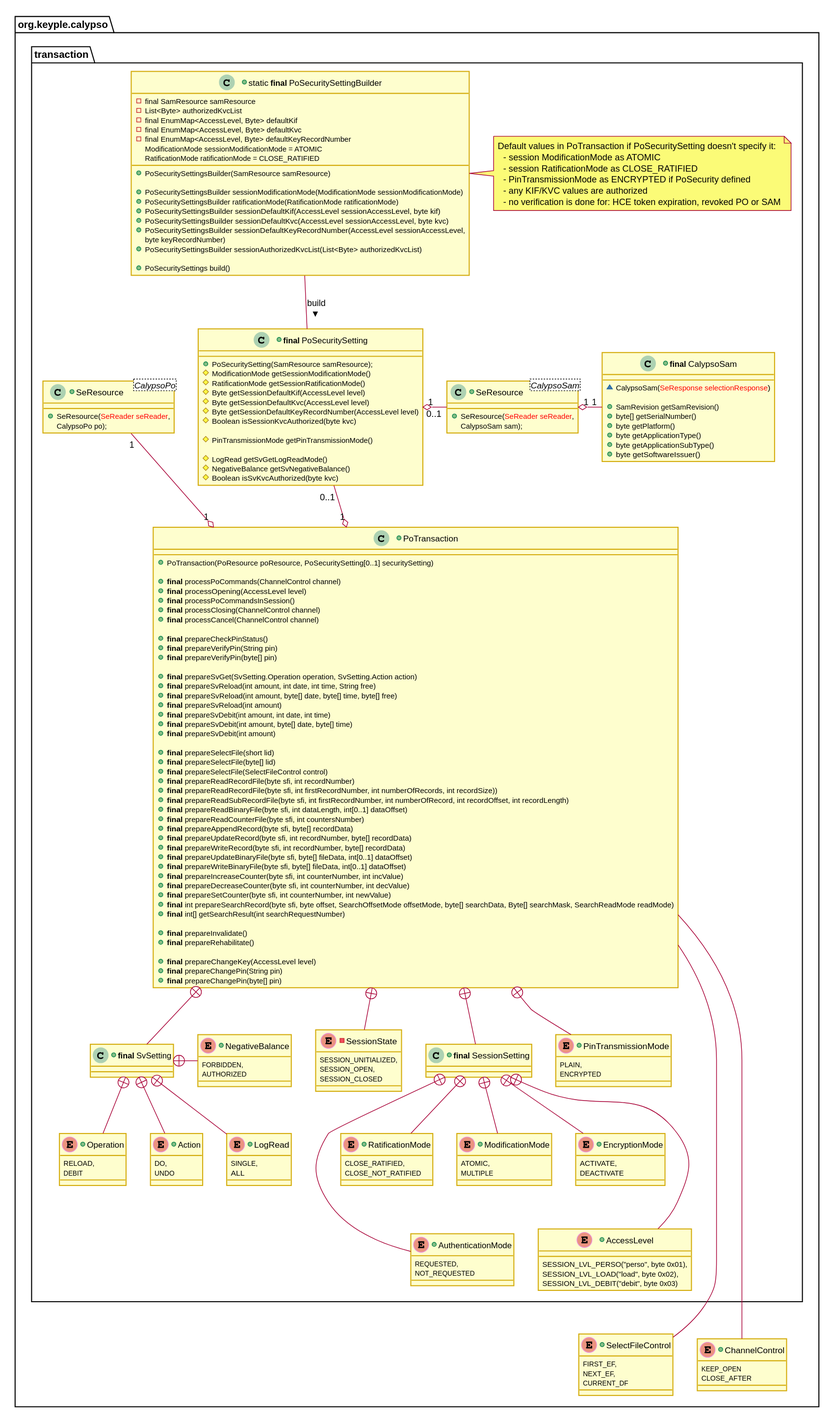
calypsonet/keyple keeps this PlantUML diagram as docs/KeypleCalypsoApi/ApplicationApi/img/KeypleCalypso_ApplicationApi_ClassDiag_Transaction_PoTransaction_0_9_0.svg. Above is the earlier version. The source it was exported from:
```plantuml
@startuml
skinparam ClassBorderColor #D4AC0D
skinparam stereotypeABorderColor #A9DCDF
skinparam stereotypeIBorderColor #B4A7E5
skinparam stereotypeCBorderColor #ADD1B2
skinparam stereotypeEBorderColor #EB93DF
skinparam shadowing false

skinparam StateBorderColor #D4AC0D
skinparam ActivityBorderColor #D4AC0D

skinparam ClassBackgroundColor<<red>> #FDEDEC
skinparam ClassBorderColor<<red>> #E74C3C
hide <<red>> stereotype
skinparam ClassBackgroundColor<<purple>> #F4ECF7
skinparam ClassBorderColor<<purple>> #8E44AD
hide <<purple>> stereotype
skinparam ClassBackgroundColor<<blue>> #EBF5FB
skinparam ClassBorderColor<<blue>> #3498DB
hide <<blue>> stereotype
skinparam ClassBackgroundColor<<green>> #EAFAF1
skinparam ClassBorderColor<<green>> #2ECC71
hide <<green>> stereotype
skinparam ClassBackgroundColor<<grey>> #EAECEE
skinparam ClassBorderColor<<grey>> #2C3E50
hide <<grey>> stereotype

package org.keyple.calypso #FFFFFF {
  package transaction #FFFFFF {
+class "static <b>final</b> PoSecuritySettingBuilder" as PoSecuritySettingBuilder {
  -final SamResource samResource
  -List<Byte> authorizedKvcList
  -final EnumMap<AccessLevel, Byte> defaultKif
  -final EnumMap<AccessLevel, Byte> defaultKvc
  -final EnumMap<AccessLevel, Byte> defaultKeyRecordNumber
  ModificationMode sessionModificationMode = ATOMIC
  RatificationMode ratificationMode = CLOSE_RATIFIED

  +PoSecuritySettingsBuilder(SamResource samResource)

  +PoSecuritySettingsBuilder sessionModificationMode(ModificationMode sessionModificationMode)
  +PoSecuritySettingsBuilder ratificationMode(RatificationMode ratificationMode)
  +PoSecuritySettingsBuilder sessionDefaultKif(AccessLevel sessionAccessLevel, byte kif)
  +PoSecuritySettingsBuilder sessionDefaultKvc(AccessLevel sessionAccessLevel, byte kvc)
  +PoSecuritySettingsBuilder sessionDefaultKeyRecordNumber(AccessLevel sessionAccessLevel,
    byte keyRecordNumber)
  +PoSecuritySettingsBuilder sessionAuthorizedKvcList(List<Byte> authorizedKvcList)

  +PoSecuritySettings build()
}

+class "<b>final</b> PoSecuritySetting" as PoSecuritySetting {
  +PoSecuritySetting(SamResource samResource);


  #ModificationMode getSessionModificationMode()
  #RatificationMode getSessionRatificationMode()
  #Byte getSessionDefaultKif(AccessLevel level)
  #Byte getSessionDefaultKvc(AccessLevel level)
  #Byte getSessionDefaultKeyRecordNumber(AccessLevel level)
  #Boolean isSessionKvcAuthorized(byte kvc)

  #PinTransmissionMode getPinTransmissionMode()

  #LogRead getSvGetLogReadMode()
  #NegativeBalance getSvNegativeBalance()
  #Boolean isSvKvcAuthorized(byte kvc)
}

note as N1
Default values in PoTransaction if PoSecuritySetting doesn't specify it:
  - session ModificationMode as ATOMIC
  - session RatificationMode as CLOSE_RATIFIED
  - PinTransmissionMode as ENCRYPTED if PoSecurity defined
  - any KIF/KVC values are authorized
  - no verification is done for: HCE token expiration, revoked PO or SAM
end note

    PoSecuritySettingBuilder .right. N1
    PoSecuritySettingBuilder -down- PoSecuritySetting : build >

    together {
      +class "SeResource<CalypsoSam>" as SamResource {
        +SeResource(<color:red>SeReader seReader</color>,
          CalypsoSam sam);
      }

      +class "<b>final</b> CalypsoSam" as CalypsoSam {
        ~CalypsoSam(<color:red>SeResponse selectionResponse</color>)

        +SamRevision getSamRevision()
        +byte[] getSerialNumber()
        +byte getPlatform()
        +byte getApplicationType()
        +byte getApplicationSubType()
        +byte getSoftwareIssuer()
      }
    }

    PoSecuritySetting "1 " o-right- " 0..1" SamResource
    SamResource "1" o- "1" CalypsoSam

    +class "SeResource<CalypsoPo>" as PoResource {
      +SeResource(<color:red>SeReader seReader</color>,
        CalypsoPo po);
    }

+class PoTransaction {
  +PoTransaction(PoResource poResource, PoSecuritySetting[0..1] securitySetting)

  +<b>final</b> processPoCommands(ChannelControl channel)
  +<b>final</b> processOpening(AccessLevel level)
  +<b>final</b> processPoCommandsInSession()
  +<b>final</b> processClosing(ChannelControl channel)
  +<b>final</b> processCancel(ChannelControl channel)

  +<b>final</b> prepareCheckPinStatus()
  +<b>final</b> prepareVerifyPin(String pin)
  +<b>final</b> prepareVerifyPin(byte[] pin)

  +<b>final</b> prepareSvGet(SvSetting.Operation operation, SvSetting.Action action)
  +<b>final</b> prepareSvReload(int amount, int date, int time, String free)
  +<b>final</b> prepareSvReload(int amount, byte[] date, byte[] time, byte[] free)
  +<b>final</b> prepareSvReload(int amount)
  +<b>final</b> prepareSvDebit(int amount, int date, int time)
  +<b>final</b> prepareSvDebit(int amount, byte[] date, byte[] time)
  +<b>final</b> prepareSvDebit(int amount)

  +<b>final</b> prepareSelectFile(short lid)
  +<b>final</b> prepareSelectFile(byte[] lid)
  +<b>final</b> prepareSelectFile(SelectFileControl control)
  +<b>final</b> prepareReadRecordFile(byte sfi, int recordNumber)
  +<b>final</b> prepareReadRecordFile(byte sfi, int firstRecordNumber, int numberOfRecords, int recordSize))
  +<b>final</b> prepareReadSubRecordFile(byte sfi, int firstRecordNumber, int numberOfRecord, int recordOffset, int recordLength)
  +<b>final</b> prepareReadBinaryFile(byte sfi, int dataLength, int[0..1] dataOffset)
  +<b>final</b> prepareReadCounterFile(byte sfi, int countersNumber)
  +<b>final</b> prepareAppendRecord(byte sfi, byte[] recordData)
  +<b>final</b> prepareUpdateRecord(byte sfi, int recordNumber, byte[] recordData)
  +<b>final</b> prepareWriteRecord(byte sfi, int recordNumber, byte[] recordData)
  +<b>final</b> prepareUpdateBinaryFile(byte sfi, byte[] fileData, int[0..1] dataOffset)
  +<b>final</b> prepareWriteBinaryFile(byte sfi, byte[] fileData, int[0..1] dataOffset)
  +<b>final</b> prepareIncreaseCounter(byte sfi, int counterNumber, int incValue)
  +<b>final</b> prepareDecreaseCounter(byte sfi, int counterNumber, int decValue)
  +<b>final</b> prepareSetCounter(byte sfi, int counterNumber, int newValue)
  +<b>final</b> int prepareSearchRecord(byte sfi, byte offset, SearchOffsetMode offsetMode, byte[] searchData, Byte[] searchMask, SearchReadMode readMode)
  +<b>final</b> int[] getSearchResult(int searchRequestNumber)

  +<b>final</b> prepareInvalidate()
  +<b>final</b> prepareRehabilitate()

  +<b>final</b> prepareChangeKey(AccessLevel level)
  +<b>final</b> prepareChangePin(String pin)
  +<b>final</b> prepareChangePin(byte[] pin)
}
-enum SessionState {
  SESSION_UNITIALIZED,
  SESSION_OPEN,
  SESSION_CLOSED
}

+class "<b>final</b> SessionSetting" as SessionSetting {
}

+enum AccessLevel {
  SESSION_LVL_PERSO("perso", byte 0x01),
  SESSION_LVL_LOAD("load", byte 0x02),
  SESSION_LVL_DEBIT("debit", byte 0x03)
}

+enum ModificationMode {
  ATOMIC,
  MULTIPLE
}

+enum RatificationMode {
  CLOSE_RATIFIED,
  CLOSE_NOT_RATIFIED
}

+enum EncryptionMode {
  ACTIVATE,
  DEACTIVATE
}

+enum AuthenticationMode {
  REQUESTED,
  NOT_REQUESTED
}

+enum PinTransmissionMode {
  PLAIN,
  ENCRYPTED
}

together {
  +class "<b>final</b> SvSetting" as SvSetting {
  }

  +enum Operation {
    RELOAD,
    DEBIT
  }

  +enum Action {
    DO,
    UNDO
  }

  +enum LogRead {
    SINGLE,
    ALL
  }

  +enum NegativeBalance {
    FORBIDDEN,
    AUTHORIZED
  }
}

    SvSetting +-down- Operation
    SvSetting +-down- Action
    SvSetting +-down- LogRead
    SvSetting +-right- NegativeBalance

    PoResource "1" --o "1" PoTransaction
    PoResource -right[hidden]- PoSecuritySetting
    PoTransaction "1" o-up- "0..1" PoSecuritySetting

    PoTransaction +-down- SessionState

    PoTransaction +-down- SessionSetting
    SessionSetting +-down- EncryptionMode
    SessionSetting +-down- ModificationMode
    SessionSetting +-down- RatificationMode
    SessionSetting +-- AccessLevel
    EncryptionMode -down[hidden]- AccessLevel
    SessionSetting +-- AuthenticationMode
    ModificationMode -down[hidden]- AuthenticationMode

    PoTransaction +-down- PinTransmissionMode
    PoTransaction +-down- SvSetting

    SessionState -right[hidden]- SessionSetting
    SessionSetting -right[hidden]- PinTransmissionMode
    PinTransmissionMode -right[hidden]- SvSetting
  }

+enum SelectFileControl {
  FIRST_EF,
  NEXT_EF,
  CURRENT_DF
}

+enum ChannelControl {
  KEEP_OPEN
  CLOSE_AFTER
}
  PoTransaction -- SelectFileControl
  PoTransaction -- ChannelControl
  AuthenticationMode -down[hidden]- SelectFileControl
  ChannelControl -left[hidden]- SelectFileControl
}
@enduml
```
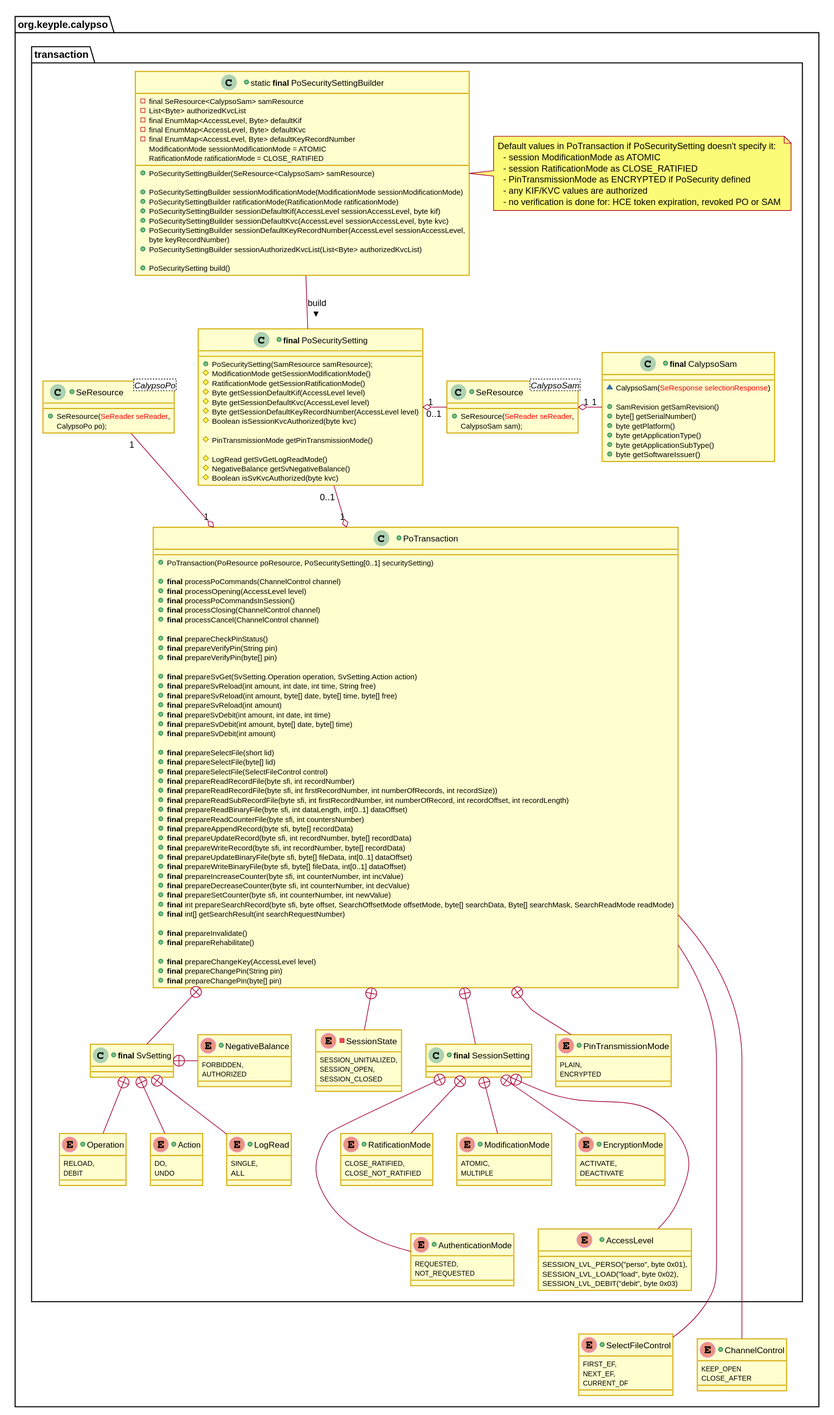
Later version of the same file.

Change to the diagram source:
```diff
@@ -28,7 +28,7 @@
 package org.keyple.calypso #FFFFFF {
   package transaction #FFFFFF {
 +class "static <b>final</b> PoSecuritySettingBuilder" as PoSecuritySettingBuilder {
-  -final SamResource samResource
+  -final SeResource<CalypsoSam> samResource
   -List<Byte> authorizedKvcList
   -final EnumMap<AccessLevel, Byte> defaultKif
   -final EnumMap<AccessLevel, Byte> defaultKvc
@@ -36,17 +36,17 @@
   ModificationMode sessionModificationMode = ATOMIC
   RatificationMode ratificationMode = CLOSE_RATIFIED
 
-  +PoSecuritySettingsBuilder(SamResource samResource)
+  +PoSecuritySettingBuilder(SeResource<CalypsoSam> samResource)
 
-  +PoSecuritySettingsBuilder sessionModificationMode(ModificationMode sessionModificationMode)
-  +PoSecuritySettingsBuilder ratificationMode(RatificationMode ratificationMode)
-  +PoSecuritySettingsBuilder sessionDefaultKif(AccessLevel sessionAccessLevel, byte kif)
-  +PoSecuritySettingsBuilder sessionDefaultKvc(AccessLevel sessionAccessLevel, byte kvc)
-  +PoSecuritySettingsBuilder sessionDefaultKeyRecordNumber(AccessLevel sessionAccessLevel,
+  +PoSecuritySettingBuilder sessionModificationMode(ModificationMode sessionModificationMode)
+  +PoSecuritySettingBuilder ratificationMode(RatificationMode ratificationMode)
+  +PoSecuritySettingBuilder sessionDefaultKif(AccessLevel sessionAccessLevel, byte kif)
+  +PoSecuritySettingBuilder sessionDefaultKvc(AccessLevel sessionAccessLevel, byte kvc)
+  +PoSecuritySettingBuilder sessionDefaultKeyRecordNumber(AccessLevel sessionAccessLevel,
     byte keyRecordNumber)
-  +PoSecuritySettingsBuilder sessionAuthorizedKvcList(List<Byte> authorizedKvcList)
+  +PoSecuritySettingBuilder sessionAuthorizedKvcList(List<Byte> authorizedKvcList)
 
-  +PoSecuritySettings build()
+  +PoSecuritySetting build()
 }
 
 +class "<b>final</b> PoSecuritySetting" as PoSecuritySetting {
```
